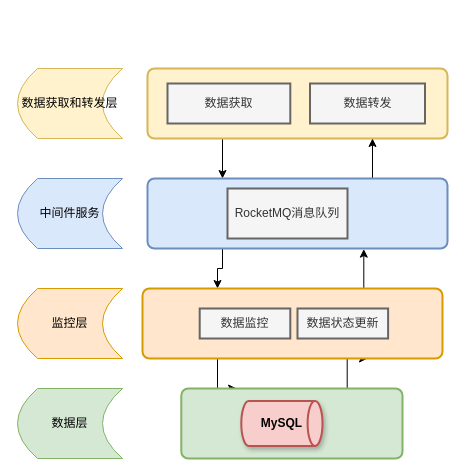
The draw.io diagram Untitled Diagram.drawio in hqius/draw, before the edit. Source tidied: cells renumbered, new cells numbered last; positions are measured from the earlier drawing's top-left corner, leaving out a move shared by most shapes. Both pictures are drawn from the tidied source at 100%, with x=0, y=0 at pixel (17, 68).
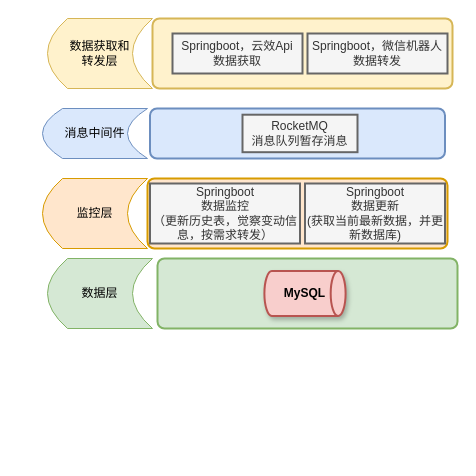
After the change.

Diff of the diagram source:
```diff
@@
-    <mxCell id="2" style="edgeStyle=orthogonalEdgeStyle;rounded=0;jettySize=auto;html=1;exitX=0.25;exitY=1;exitDx=0;exitDy=0;entryX=0.25;entryY=0;entryDx=0;entryDy=0;" parent="1" edge="1" source="3" target="14">
-      <mxGeometry relative="1" as="geometry" />
-    </mxCell>
     <mxCell id="3" style="rounded=1;whiteSpace=wrap;html=1;absoluteArcSize=1;arcSize=14;strokeWidth=2;shadow=0;fillColor=#fff2cc;strokeColor=#d6b656;" parent="1" vertex="1">
-      <mxGeometry x="130" width="300" height="70" as="geometry" />
+      <mxGeometry x="135" y="-50" width="300" height="70" as="geometry" />
     </mxCell>
-    <mxCell id="4" style="edgeStyle=orthogonalEdgeStyle;rounded=0;jettySize=auto;html=1;exitX=0.25;exitY=0;exitDx=0;exitDy=0;entryX=0.25;entryY=1;entryDx=0;entryDy=0;startArrow=classic;startFill=1;endArrow=none;endFill=0;" parent="1" edge="1" source="6" target="11">
-      <mxGeometry relative="1" as="geometry" />
-    </mxCell>
-    <mxCell id="5" style="edgeStyle=orthogonalEdgeStyle;rounded=0;jettySize=auto;html=1;exitX=0.75;exitY=1;exitDx=0;exitDy=0;entryX=0.75;entryY=0;entryDx=0;entryDy=0;startArrow=classic;startFill=1;endArrow=none;endFill=0;" parent="1" edge="1" source="11" target="6">
-      <mxGeometry relative="1" as="geometry" />
-    </mxCell>
     <mxCell id="6" style="rounded=1;whiteSpace=wrap;html=1;absoluteArcSize=1;arcSize=14;strokeWidth=2;shadow=0;fillColor=#d5e8d4;strokeColor=#82b366;" parent="1" vertex="1">
-      <mxGeometry x="163.8" y="320" width="221.2" height="70" as="geometry" />
+      <mxGeometry x="140" y="190" width="300" height="70" as="geometry" />
     </mxCell>
     <mxCell id="7" value="&lt;b&gt;MySQL&lt;/b&gt;" style="strokeWidth=2;html=1;shape=mxgraph.flowchart.direct_data;whiteSpace=wrap;shadow=1;fillColor=#f8cecc;strokeColor=#b85450;" parent="1" vertex="1">
-      <mxGeometry x="223.8" y="332.5" width="81.2" height="45" as="geometry" />
+      <mxGeometry x="246.9" y="202.5" width="81.2" height="45" as="geometry" />
     </mxCell>
@@
-    <mxCell id="9" style="edgeStyle=orthogonalEdgeStyle;rounded=0;jettySize=auto;html=1;exitX=0.25;exitY=0;exitDx=0;exitDy=0;entryX=0.25;entryY=1;entryDx=0;entryDy=0;startArrow=classic;startFill=1;endArrow=none;endFill=0;" parent="1" edge="1" source="11" target="14">
-      <mxGeometry relative="1" as="geometry" />
-    </mxCell>
-    <mxCell id="10" style="edgeStyle=orthogonalEdgeStyle;rounded=0;jettySize=auto;html=1;exitX=0.75;exitY=0;exitDx=0;exitDy=0;entryX=0.721;entryY=1.009;entryDx=0;entryDy=0;entryPerimeter=0;" parent="1" edge="1" source="11" target="14">
-      <mxGeometry relative="1" as="geometry" />
-    </mxCell>
     <mxCell id="11" style="rounded=1;whiteSpace=wrap;html=1;absoluteArcSize=1;arcSize=14;strokeWidth=2;shadow=0;fillColor=#ffe6cc;strokeColor=#d79b00;" parent="1" vertex="1">
-      <mxGeometry x="125" y="220" width="300" height="70" as="geometry" />
+      <mxGeometry x="130" y="110" width="300" height="70" as="geometry" />
     </mxCell>
-    <mxCell id="12" value="数据监控" style="rounded=0;whiteSpace=wrap;html=1;absoluteArcSize=1;arcSize=14;strokeWidth=2;shadow=0;fillColor=#f5f5f5;strokeColor=#666666;fontColor=#333333;" parent="1" vertex="1">
-      <mxGeometry x="182.2" y="240" width="90.6" height="30" as="geometry" />
+    <mxCell id="12" value="Springboot&lt;br&gt;数据监控&lt;br&gt;（更新历史表，觉察变动信息，按需求转发）" style="rounded=0;whiteSpace=wrap;html=1;absoluteArcSize=1;arcSize=14;strokeWidth=2;shadow=0;fillColor=#f5f5f5;strokeColor=#666666;fontColor=#333333;" parent="1" vertex="1">
+      <mxGeometry x="132.5" y="115" width="150" height="60" as="geometry" />
     </mxCell>
-    <mxCell id="13" style="edgeStyle=orthogonalEdgeStyle;rounded=0;jettySize=auto;html=1;exitX=0.75;exitY=0;exitDx=0;exitDy=0;entryX=0.75;entryY=1;entryDx=0;entryDy=0;" parent="1" edge="1" source="14" target="3">
-      <mxGeometry relative="1" as="geometry" />
-    </mxCell>
     <mxCell id="14" style="rounded=1;whiteSpace=wrap;html=1;absoluteArcSize=1;arcSize=14;strokeWidth=2;shadow=0;fillColor=#dae8fc;strokeColor=#6c8ebf;" parent="1" vertex="1">
-      <mxGeometry x="130" y="110" width="300" height="70" as="geometry" />
+      <mxGeometry x="132.5" y="40" width="295" height="50" as="geometry" />
     </mxCell>
-    <mxCell id="15" value="数据获取" style="rounded=0;whiteSpace=wrap;html=1;absoluteArcSize=1;arcSize=14;strokeWidth=2;shadow=0;fillColor=#f5f5f5;strokeColor=#666666;fontColor=#333333;" parent="1" vertex="1">
-      <mxGeometry x="150" y="15" width="122.8" height="40" as="geometry" />
+    <mxCell id="15" value="Springboot，云效Api&lt;br&gt;数据获取" style="rounded=0;whiteSpace=wrap;html=1;absoluteArcSize=1;arcSize=14;strokeWidth=2;shadow=0;fillColor=#f5f5f5;strokeColor=#666666;fontColor=#333333;" parent="1" vertex="1">
+      <mxGeometry x="155" y="-35" width="130" height="40" as="geometry" />
     </mxCell>
-    <mxCell id="16" value="数据转发" style="rounded=0;whiteSpace=wrap;html=1;absoluteArcSize=1;arcSize=14;strokeWidth=2;shadow=0;fillColor=#f5f5f5;strokeColor=#666666;fontColor=#333333;" parent="1" vertex="1">
-      <mxGeometry x="292.5" y="15" width="115" height="40" as="geometry" />
+    <mxCell id="16" value="Springboot，微信机器人&lt;br&gt;数据转发" style="rounded=0;whiteSpace=wrap;html=1;absoluteArcSize=1;arcSize=14;strokeWidth=2;shadow=0;fillColor=#f5f5f5;strokeColor=#666666;fontColor=#333333;" parent="1" vertex="1">
+      <mxGeometry x="290" y="-35" width="140" height="40" as="geometry" />
     </mxCell>
-    <mxCell id="17" value="数据状态更新" style="rounded=0;whiteSpace=wrap;html=1;absoluteArcSize=1;arcSize=14;strokeWidth=2;shadow=0;fillColor=#f5f5f5;strokeColor=#666666;fontColor=#333333;" parent="1" vertex="1">
-      <mxGeometry x="280" y="240" width="90.6" height="30" as="geometry" />
-    </mxCell>
-    <mxCell id="18" value="RocketMQ消息队列" style="rounded=0;whiteSpace=wrap;html=1;absoluteArcSize=1;arcSize=14;strokeWidth=2;shadow=0;fillColor=#f5f5f5;strokeColor=#666666;fontColor=#333333;" parent="1" vertex="1">
-      <mxGeometry x="210" y="120" width="120" height="50" as="geometry" />
+    <mxCell id="18" value="RocketMQ&lt;br&gt;消息队列暂存消息" style="rounded=0;whiteSpace=wrap;html=1;absoluteArcSize=1;arcSize=14;strokeWidth=2;shadow=0;fillColor=#f5f5f5;strokeColor=#666666;fontColor=#333333;" parent="1" vertex="1">
+      <mxGeometry x="225" y="46.2" width="115" height="37.5" as="geometry" />
     </mxCell>
-    <mxCell id="19" value="数据获取和转发层" style="shape=dataStorage;whiteSpace=wrap;html=1;fixedSize=1;fillColor=#fff2cc;strokeColor=#d6b656;" parent="1" vertex="1">
-      <mxGeometry width="105" height="70" as="geometry" />
+    <mxCell id="19" value="数据获取和&lt;br&gt;转发层" style="shape=dataStorage;whiteSpace=wrap;html=1;fixedSize=1;fillColor=#fff2cc;strokeColor=#d6b656;" parent="1" vertex="1">
+      <mxGeometry x="30" y="-50" width="105" height="70" as="geometry" />
     </mxCell>
-    <mxCell id="20" value="&lt;span&gt;中间件服务&lt;/span&gt;" style="shape=dataStorage;whiteSpace=wrap;html=1;fixedSize=1;fillColor=#dae8fc;strokeColor=#6c8ebf;" parent="1" vertex="1">
-      <mxGeometry y="110" width="105" height="70" as="geometry" />
+    <mxCell id="20" value="&lt;span&gt;消息中间件&lt;/span&gt;" style="shape=dataStorage;whiteSpace=wrap;html=1;fixedSize=1;fillColor=#dae8fc;strokeColor=#6c8ebf;" parent="1" vertex="1">
+      <mxGeometry x="25" y="40" width="105" height="50" as="geometry" />
     </mxCell>
     <mxCell id="21" value="&lt;span&gt;监控层&lt;/span&gt;" style="shape=dataStorage;whiteSpace=wrap;html=1;fixedSize=1;fillColor=#ffe6cc;strokeColor=#d79b00;" parent="1" vertex="1">
-      <mxGeometry y="220" width="105" height="70" as="geometry" />
+      <mxGeometry x="25" y="110" width="105" height="70" as="geometry" />
     </mxCell>
     <mxCell id="22" value="&lt;span&gt;数据层&lt;/span&gt;" style="shape=dataStorage;whiteSpace=wrap;html=1;fixedSize=1;fillColor=#d5e8d4;strokeColor=#82b366;" parent="1" vertex="1">
-      <mxGeometry y="320" width="105" height="70" as="geometry" />
+      <mxGeometry x="30" y="190" width="105" height="70" as="geometry" />
     </mxCell>
+    <mxCell id="23" value="Springboot&lt;br&gt;数据更新&lt;br&gt;(获取当前最新数据，并更新数据库)" style="rounded=0;whiteSpace=wrap;html=1;absoluteArcSize=1;arcSize=14;strokeWidth=2;shadow=0;fillColor=#f5f5f5;strokeColor=#666666;fontColor=#333333;" parent="1" vertex="1">
+      <mxGeometry x="287.5" y="115" width="140" height="60" as="geometry" />
+    </mxCell>
```
